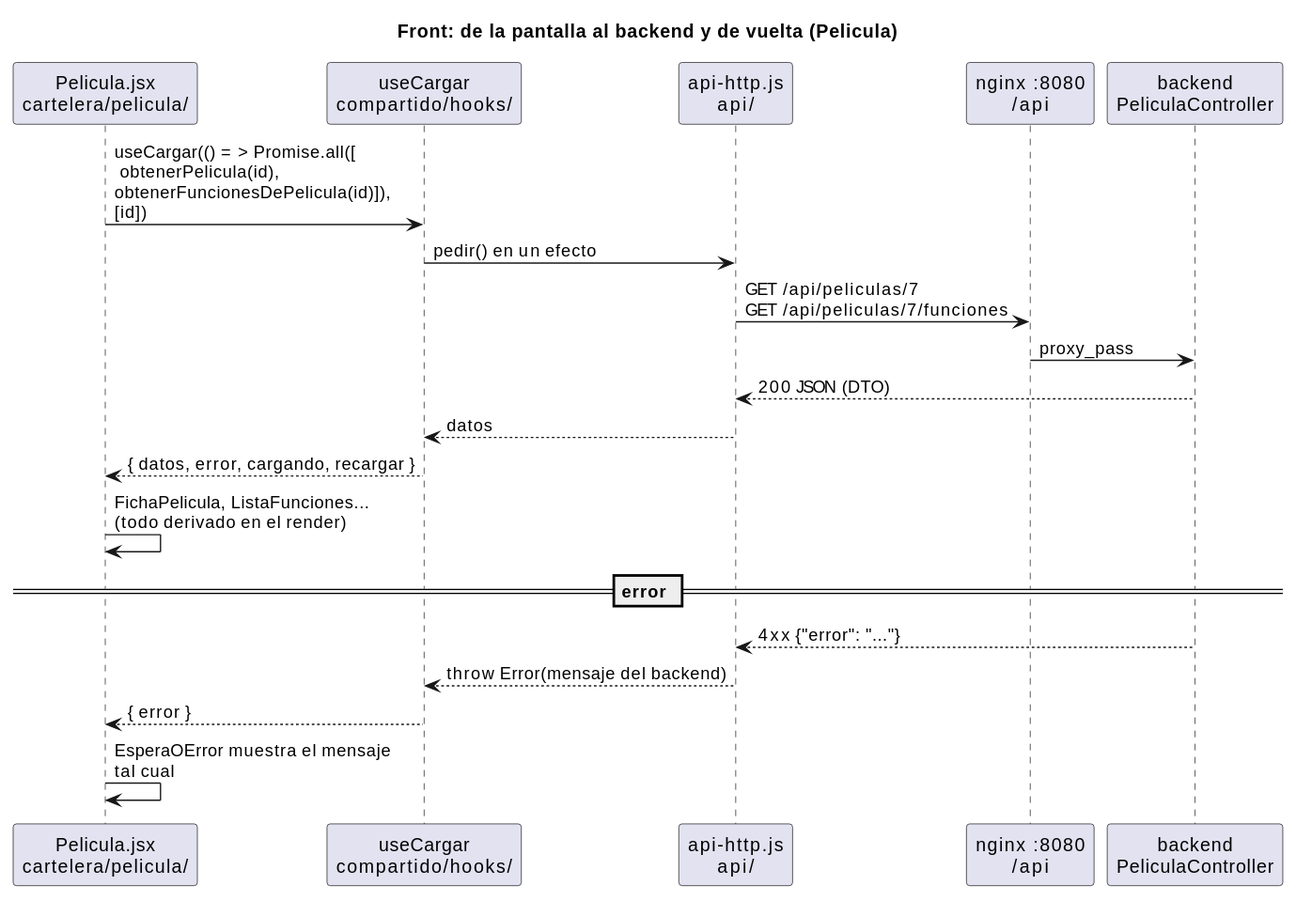
The PlantUML diagram _other/docs/diagramas/front-flujo.svg in andreiveisuade/cine-uade, before a commit. Source of this version:
```plantuml
@startuml
title Front: de la pantalla al backend y de vuelta (Pelicula)

skinparam sequenceMessageAlign left
skinparam maxMessageSize 220

participant "Pelicula.jsx\ncartelera/pelicula/" as P
participant "useCargar\ncompartido/hooks/" as H
participant "api-http.js\napi/" as A
participant "nginx :8080\n/api" as N
participant "backend\nPeliculaController" as B

P -> H : useCargar(() => Promise.all([\n obtenerPelicula(id), obtenerFuncionesDePelicula(id)]), [id])
H -> A : pedir() en un efecto
A -> N : GET /api/peliculas/7\nGET /api/peliculas/7/funciones
N -> B : proxy_pass
B --> A : 200 JSON (DTO)
A --> H : datos
H --> P : { datos, error, cargando, recargar }
P -> P : FichaPelicula, ListaFunciones...\n(todo derivado en el render)

== error ==
B --> A : 4xx {"error": "..."}
A --> H : throw Error(mensaje del backend)
H --> P : { error }
P -> P : EsperaOError muestra el mensaje tal cual
@enduml
```
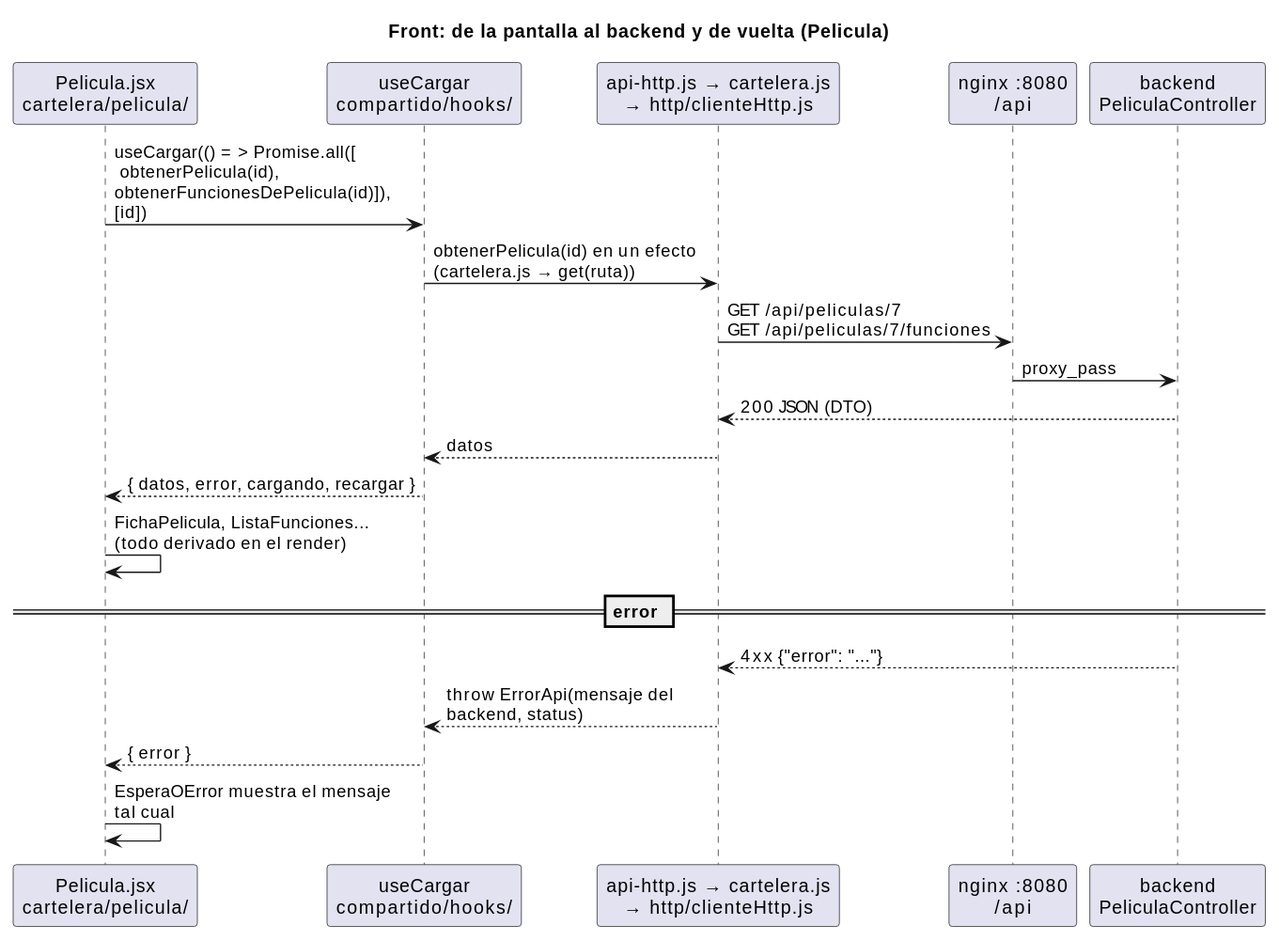
The same diagram one commit later.

The edit, as a diff of the source:
```diff
@@ -6,12 +6,12 @@
 
 participant "Pelicula.jsx\ncartelera/pelicula/" as P
 participant "useCargar\ncompartido/hooks/" as H
-participant "api-http.js\napi/" as A
+participant "api-http.js → cartelera.js\n→ http/clienteHttp.js" as A
 participant "nginx :8080\n/api" as N
 participant "backend\nPeliculaController" as B
 
 P -> H : useCargar(() => Promise.all([\n obtenerPelicula(id), obtenerFuncionesDePelicula(id)]), [id])
-H -> A : pedir() en un efecto
+H -> A : obtenerPelicula(id) en un efecto\n(cartelera.js → get(ruta))
 A -> N : GET /api/peliculas/7\nGET /api/peliculas/7/funciones
 N -> B : proxy_pass
 B --> A : 200 JSON (DTO)
@@ -21,7 +21,7 @@
 
 == error ==
 B --> A : 4xx {"error": "..."}
-A --> H : throw Error(mensaje del backend)
+A --> H : throw ErrorApi(mensaje del backend, status)
 H --> P : { error }
 P -> P : EsperaOError muestra el mensaje tal cual
 @enduml
```
